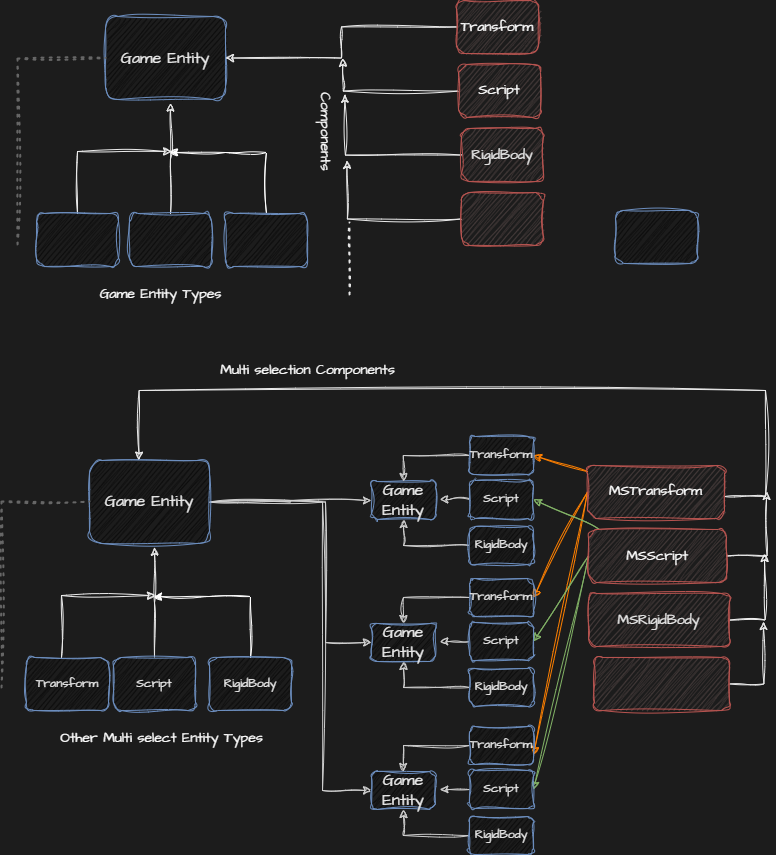
This is Planning/Diagrams/Game Entity class Diagram.png from maherhms/Resolve-3D, a draw.io export, as it was before one commit. Source tidied: cells renumbered, new cells last; positions are measured from the earlier drawing's top-left corner, leaving out a move shared by most shapes.
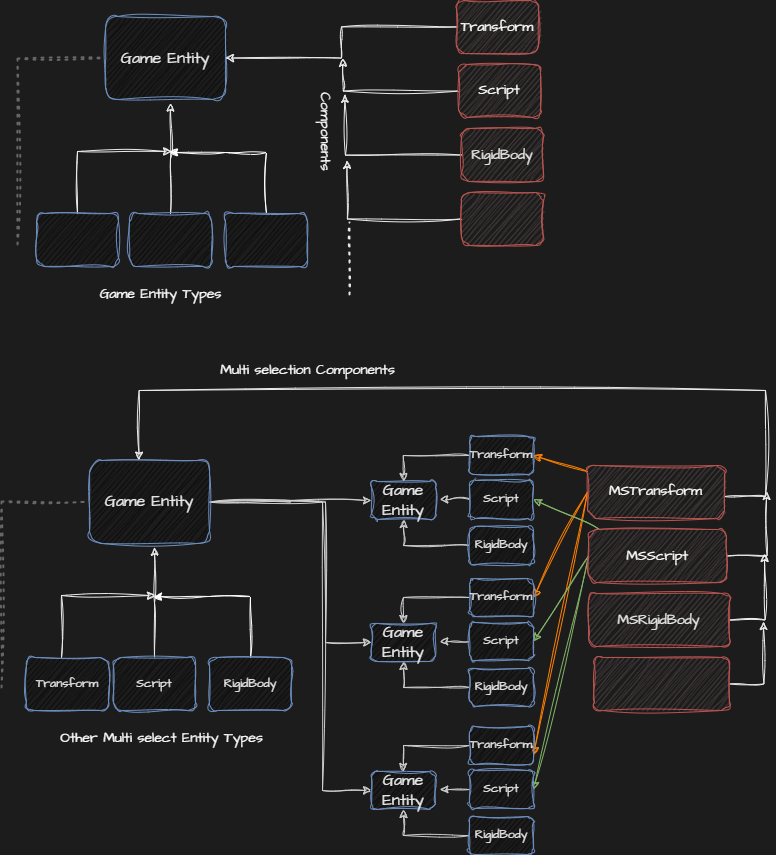
After the change.

Diff of the diagram source:
```diff
@@ -194,9 +194,6 @@
     <mxCell id="44" value="&lt;font style=&quot;font-size: 14px;&quot; color=&quot;#ffffff&quot;&gt;Multi selection Components&lt;/font&gt;" style="text;html=1;align=center;verticalAlign=middle;whiteSpace=wrap;rounded=0;fontFamily=Architects Daughter;fontSource=https%3A%2F%2Ffonts.googleapis.com%2Fcss%3Ffamily%3DArchitects%2BDaughter;rotation=0;" parent="1" vertex="1">
       <mxGeometry x="206" y="355" width="201" height="29" as="geometry" />
     </mxCell>
-    <mxCell id="45" style="rounded=1;whiteSpace=wrap;html=1;hachureGap=4;fontFamily=Architects Daughter;fontSource=https%3A%2F%2Ffonts.googleapis.com%2Fcss%3Ffamily%3DArchitects%2BDaughter;fillColor=#080808;strokeColor=#6c8ebf;sketch=1;curveFitting=1;jiggle=2;glass=0;shadow=0;" parent="1" vertex="1">
-      <mxGeometry x="614" y="210" width="82" height="53" as="geometry" />
-    </mxCell>
     <mxCell id="46" value="&lt;font style=&quot;font-size: 16px;&quot; color=&quot;#ebebeb&quot;&gt;Game Entity&lt;/font&gt;" style="rounded=1;whiteSpace=wrap;html=1;hachureGap=4;fontFamily=Architects Daughter;fontSource=https%3A%2F%2Ffonts.googleapis.com%2Fcss%3Ffamily%3DArchitects%2BDaughter;fillColor=#080808;strokeColor=#6c8ebf;sketch=1;curveFitting=1;jiggle=2;glass=0;shadow=0;" parent="1" vertex="1">
       <mxGeometry x="370" y="481" width="64" height="38" as="geometry" />
     </mxCell>
```
